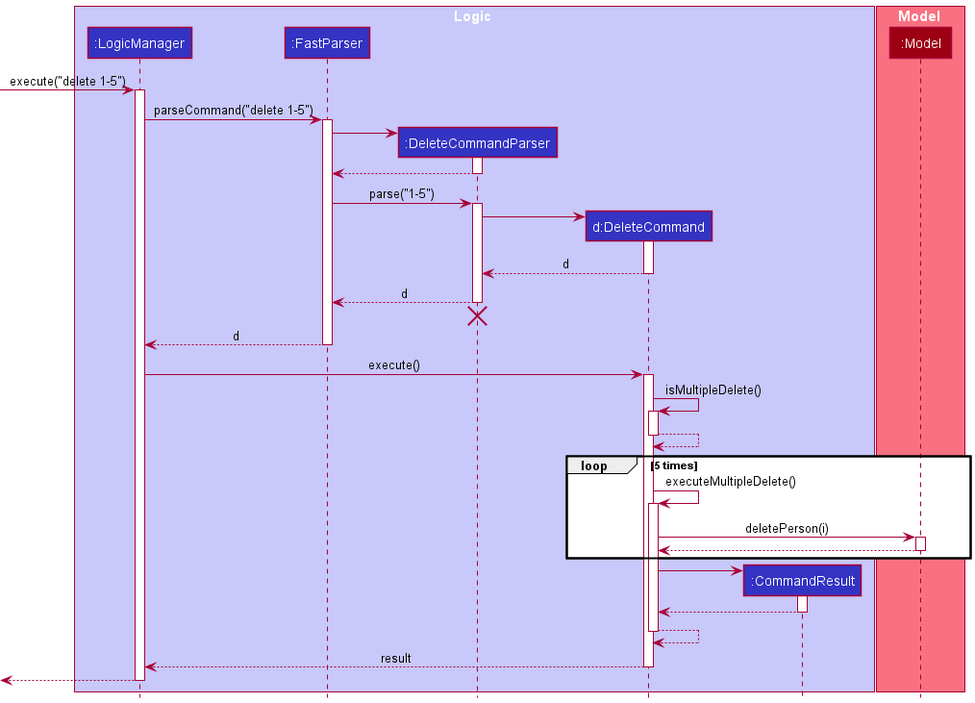
Above: docs/images/MultipleDeleteSequenceDiagram.png in nus-cs2103-AY2122S1/tp (PlantUML), before the change. Source of this version:
```plantuml
@startuml
!include style.puml

box Logic LOGIC_COLOR_T1
participant ":LogicManager" as LogicManager LOGIC_COLOR
participant ":FastParser" as FastParser LOGIC_COLOR
participant ":DeleteCommandParser" as DeleteCommandParser LOGIC_COLOR
participant "d:DeleteCommand" as DeleteCommand LOGIC_COLOR
participant ":CommandResult" as CommandResult LOGIC_COLOR
end box

box Model MODEL_COLOR_T1
participant ":Model" as Model MODEL_COLOR
end box

[-> LogicManager : execute("delete 1-5")
activate LogicManager

LogicManager -> FastParser : parseCommand("delete 1-5")
activate FastParser

create DeleteCommandParser
FastParser -> DeleteCommandParser
activate DeleteCommandParser

DeleteCommandParser --> FastParser
deactivate DeleteCommandParser

FastParser -> DeleteCommandParser : parse("1-5")
activate DeleteCommandParser

create DeleteCommand
DeleteCommandParser -> DeleteCommand
activate DeleteCommand

DeleteCommand --> DeleteCommandParser : d
deactivate DeleteCommand

DeleteCommandParser --> FastParser : d
deactivate DeleteCommandParser
DeleteCommandParser -[hidden]-> FastParser
destroy DeleteCommandParser

FastParser --> LogicManager : d
deactivate FastParser

LogicManager -> DeleteCommand : execute()
activate DeleteCommand

DeleteCommand -> DeleteCommand : isMultipleDelete()
activate DeleteCommand

DeleteCommand --> DeleteCommand
deactivate DeleteCommand

loop 5 times
    DeleteCommand -> DeleteCommand : executeMultipleDelete()
    activate DeleteCommand

    DeleteCommand -> Model : deletePerson(i)
    activate Model

    Model --> DeleteCommand
    deactivate Model
end

create CommandResult
DeleteCommand -> CommandResult
activate CommandResult

CommandResult --> DeleteCommand
deactivate CommandResult

DeleteCommand --> DeleteCommand
deactivate DeleteCommand

DeleteCommand --> LogicManager : result
deactivate DeleteCommand

[<--LogicManager
deactivate LogicManager
@enduml
```
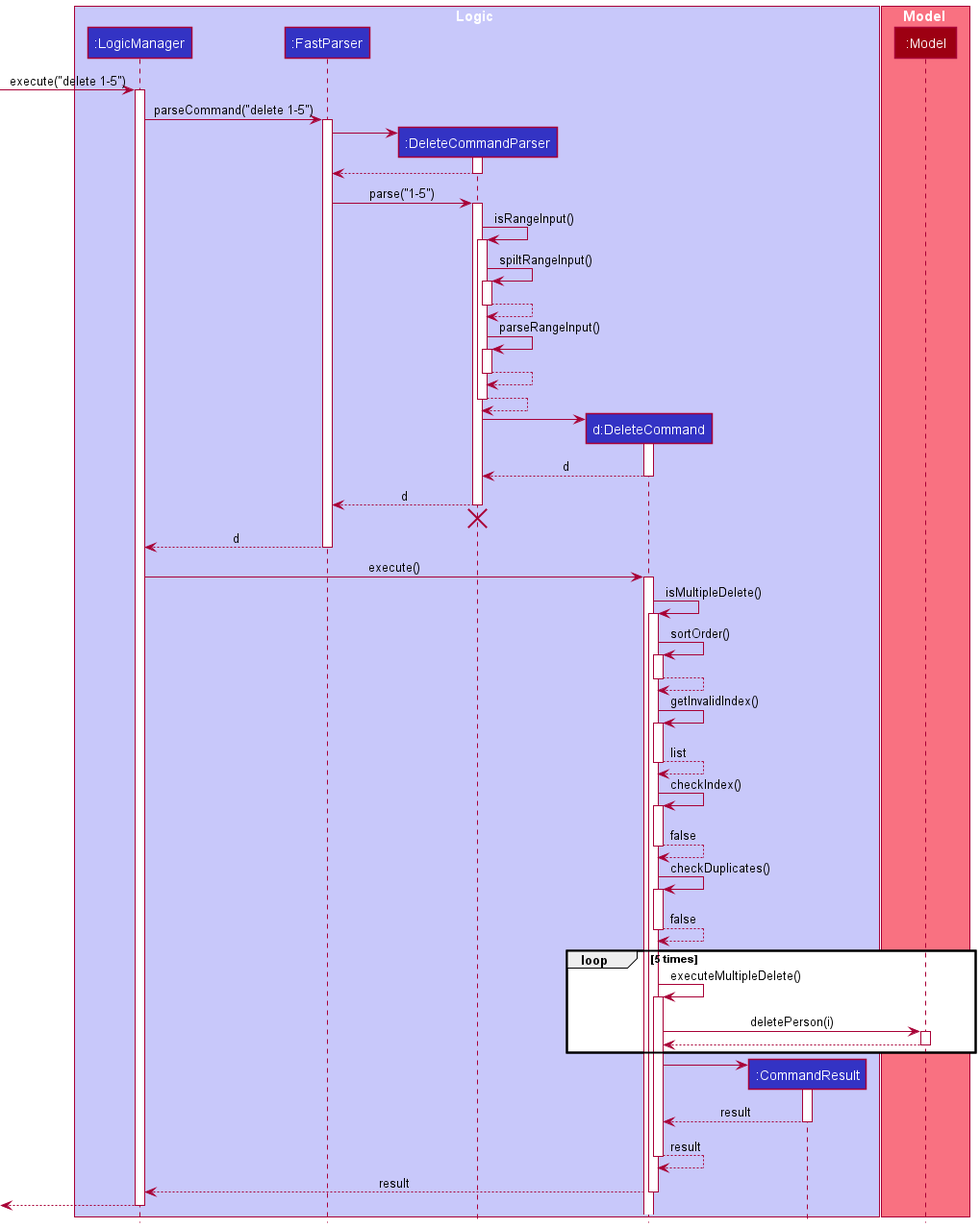
After the change.

Commit message:
Update DG 8 - Multiple Delete implementation

Diff of the diagram source:
```diff
@@ -29,6 +29,24 @@
 FastParser -> DeleteCommandParser : parse("1-5")
 activate DeleteCommandParser
 
+DeleteCommandParser -> DeleteCommandParser : isRangeInput()
+activate DeleteCommandParser
+
+DeleteCommandParser -> DeleteCommandParser : spiltRangeInput()
+activate DeleteCommandParser
+
+DeleteCommandParser --> DeleteCommandParser
+deactivate DeleteCommandParser
+
+DeleteCommandParser -> DeleteCommandParser : parseRangeInput()
+activate DeleteCommandParser
+
+DeleteCommandParser --> DeleteCommandParser
+deactivate DeleteCommandParser
+
+DeleteCommandParser --> DeleteCommandParser
+deactivate DeleteCommandParser
+
 create DeleteCommand
 DeleteCommandParser -> DeleteCommand
 activate DeleteCommand
@@ -50,7 +68,28 @@
 DeleteCommand -> DeleteCommand : isMultipleDelete()
 activate DeleteCommand
 
+DeleteCommand -> DeleteCommand : sortOrder()
+activate DeleteCommand
+
 DeleteCommand --> DeleteCommand
+deactivate DeleteCommand
+
+DeleteCommand -> DeleteCommand : getInvalidIndex()
+activate DeleteCommand
+
+DeleteCommand --> DeleteCommand : list
+deactivate DeleteCommand
+
+DeleteCommand -> DeleteCommand : checkIndex()
+activate DeleteCommand
+
+DeleteCommand --> DeleteCommand : false
+deactivate DeleteCommand
+
+DeleteCommand -> DeleteCommand : checkDuplicates()
+activate DeleteCommand
+
+DeleteCommand --> DeleteCommand : false
 deactivate DeleteCommand
 
 loop 5 times
@@ -68,10 +107,10 @@
 DeleteCommand -> CommandResult
 activate CommandResult
 
-CommandResult --> DeleteCommand
+CommandResult --> DeleteCommand : result
 deactivate CommandResult
 
-DeleteCommand --> DeleteCommand
+DeleteCommand --> DeleteCommand : result
 deactivate DeleteCommand
 
 DeleteCommand --> LogicManager : result
```
